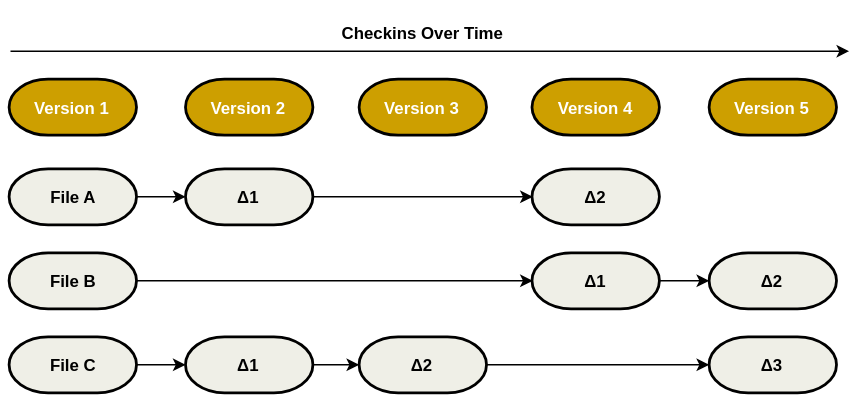
Galahad-moye/diagrams keeps this draw.io diagram as storing_data_as_changes_to_a_base_version_of_each_file.svg. Above is the earlier version. Source tidied: cells renumbered, new cells last; positions are measured from the earlier drawing's top-left corner, leaving out a move shared by most shapes.
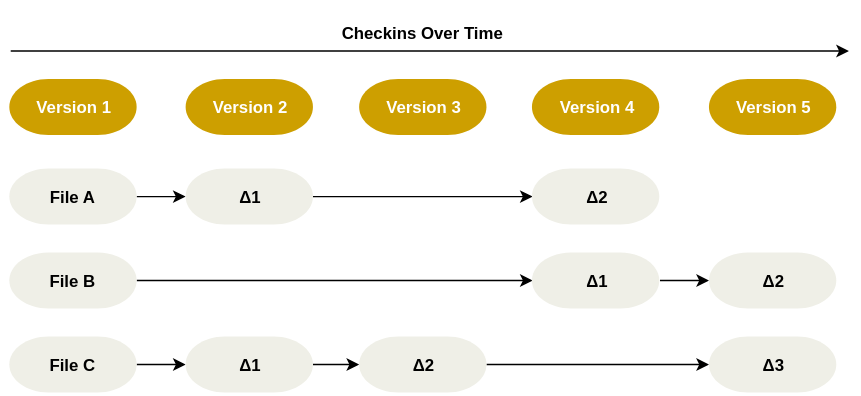
The same diagram one commit later.

Diff of the diagram source:
```diff
@@ -11,71 +11,71 @@
     <mxCell id="3" value="&lt;h4&gt;Checkins Over Time&lt;/h4&gt;" style="text;html=1;align=center;verticalAlign=middle;spacingTop=-4;" parent="1" vertex="1">
       <mxGeometry x="230.5" width="130" height="50" as="geometry" />
     </mxCell>
-    <mxCell id="4" value="&lt;h4&gt;&lt;font color=&quot;#ffffff&quot;&gt;Version 1&lt;/font&gt;&lt;/h4&gt;" style="strokeWidth=2;html=1;shape=mxgraph.flowchart.terminator;whiteSpace=wrap;fillColor=#CD9f00;align=center;" parent="1" vertex="1">
+    <mxCell id="4" value="&lt;h4&gt;&lt;font color=&quot;#ffffff&quot;&gt;Version 1&lt;/font&gt;&lt;/h4&gt;" style="strokeWidth=2;html=1;shape=mxgraph.flowchart.terminator;whiteSpace=wrap;fillColor=#CD9f00;align=center;strokeColor=none;" parent="1" vertex="1">
       <mxGeometry y="56" width="91" height="40" as="geometry" />
     </mxCell>
-    <mxCell id="5" value="&lt;h4&gt;&lt;font color=&quot;#ffffff&quot;&gt;Version 2&lt;/font&gt;&lt;/h4&gt;" style="strokeWidth=2;html=1;shape=mxgraph.flowchart.terminator;whiteSpace=wrap;fillColor=#CD9f00;align=center;" parent="1" vertex="1">
+    <mxCell id="5" value="&lt;h4&gt;&lt;font color=&quot;#ffffff&quot;&gt;Version 2&lt;/font&gt;&lt;/h4&gt;" style="strokeWidth=2;html=1;shape=mxgraph.flowchart.terminator;whiteSpace=wrap;fillColor=#CD9f00;align=center;strokeColor=none;" parent="1" vertex="1">
       <mxGeometry x="126" y="56" width="91" height="40" as="geometry" />
     </mxCell>
-    <mxCell id="6" value="&lt;h4&gt;&lt;font color=&quot;#ffffff&quot;&gt;Version 3&lt;/font&gt;&lt;/h4&gt;" style="strokeWidth=2;html=1;shape=mxgraph.flowchart.terminator;whiteSpace=wrap;fillColor=#CD9f00;align=center;" parent="1" vertex="1">
+    <mxCell id="6" value="&lt;h4&gt;&lt;font color=&quot;#ffffff&quot;&gt;Version 3&lt;/font&gt;&lt;/h4&gt;" style="strokeWidth=2;html=1;shape=mxgraph.flowchart.terminator;whiteSpace=wrap;fillColor=#CD9f00;align=center;strokeColor=none;" parent="1" vertex="1">
       <mxGeometry x="250" y="56" width="91" height="40" as="geometry" />
     </mxCell>
-    <mxCell id="7" value="&lt;h4&gt;&lt;font color=&quot;#ffffff&quot;&gt;Version 4&lt;/font&gt;&lt;/h4&gt;" style="strokeWidth=2;html=1;shape=mxgraph.flowchart.terminator;whiteSpace=wrap;fillColor=#CD9f00;align=center;" parent="1" vertex="1">
+    <mxCell id="7" value="&lt;h4&gt;&lt;font color=&quot;#ffffff&quot;&gt;Version 4&lt;/font&gt;&lt;/h4&gt;" style="strokeWidth=2;html=1;shape=mxgraph.flowchart.terminator;whiteSpace=wrap;fillColor=#CD9f00;align=center;strokeColor=none;" parent="1" vertex="1">
       <mxGeometry x="373.5" y="56" width="91" height="40" as="geometry" />
     </mxCell>
-    <mxCell id="8" value="&lt;h4&gt;&lt;font color=&quot;#ffffff&quot;&gt;Version 5&lt;/font&gt;&lt;/h4&gt;" style="strokeWidth=2;html=1;shape=mxgraph.flowchart.terminator;whiteSpace=wrap;fillColor=#CD9f00;align=center;" parent="1" vertex="1">
+    <mxCell id="8" value="&lt;h4&gt;&lt;font color=&quot;#ffffff&quot;&gt;Version 5&lt;/font&gt;&lt;/h4&gt;" style="strokeWidth=2;html=1;shape=mxgraph.flowchart.terminator;whiteSpace=wrap;fillColor=#CD9f00;align=center;strokeColor=none;" parent="1" vertex="1">
       <mxGeometry x="500" y="56" width="91" height="40" as="geometry" />
     </mxCell>
-    <mxCell id="9" style="edgeStyle=orthogonalEdgeStyle;rounded=0;html=1;exitX=1;exitY=0.5;exitPerimeter=0;entryX=0;entryY=0.5;entryPerimeter=0;endArrow=classic;endFill=1;jettySize=auto;" parent="1" edge="1" source="10" target="16">
-      <mxGeometry relative="1" as="geometry" />
-    </mxCell>
+    <mxCell id="26" style="edgeStyle=orthogonalEdgeStyle;rounded=0;html=1;exitX=1;exitY=0.5;exitPerimeter=0;entryX=0;entryY=0.5;entryPerimeter=0;endArrow=classic;endFill=1;jettySize=auto;" parent="1" edge="1" source="27" target="20">
+      <mxGeometry relative="1" as="geometry" />
+    </mxCell>
+    <mxCell id="27" value="&lt;h4&gt;File A&lt;/h4&gt;" style="strokeWidth=2;html=1;shape=mxgraph.flowchart.terminator;whiteSpace=wrap;fillColor=#efefe7;align=center;strokeColor=none;" parent="1" vertex="1">
+      <mxGeometry y="120" width="91" height="40" as="geometry" />
+    </mxCell>
-    <mxCell id="10" value="&lt;h4&gt;File A&lt;/h4&gt;" style="strokeWidth=2;html=1;shape=mxgraph.flowchart.terminator;whiteSpace=wrap;fillColor=#efefe7;align=center;" parent="1" vertex="1">
-      <mxGeometry y="120" width="91" height="40" as="geometry" />
+    <mxCell id="10" style="edgeStyle=orthogonalEdgeStyle;rounded=0;html=1;exitX=1;exitY=0.5;exitPerimeter=0;entryX=0;entryY=0.5;entryPerimeter=0;endArrow=classic;endFill=1;jettySize=auto;" parent="1" edge="1" source="12" target="11">
+      <mxGeometry relative="1" as="geometry" />
     </mxCell>
-    <mxCell id="11" style="edgeStyle=orthogonalEdgeStyle;rounded=0;html=1;exitX=1;exitY=0.5;exitPerimeter=0;entryX=0;entryY=0.5;entryPerimeter=0;endArrow=classic;endFill=1;jettySize=auto;" parent="1" edge="1" source="12" target="23">
-      <mxGeometry relative="1" as="geometry" />
-    </mxCell>
-    <mxCell id="12" value="&lt;h4&gt;File B&lt;/h4&gt;" style="strokeWidth=2;html=1;shape=mxgraph.flowchart.terminator;whiteSpace=wrap;fillColor=#efefe7;align=center;" parent="1" vertex="1">
+    <mxCell id="12" value="&lt;h4&gt;File B&lt;/h4&gt;" style="strokeWidth=2;html=1;shape=mxgraph.flowchart.terminator;whiteSpace=wrap;fillColor=#efefe7;align=center;strokeColor=none;" parent="1" vertex="1">
       <mxGeometry y="180" width="91" height="40" as="geometry" />
     </mxCell>
-    <mxCell id="13" style="edgeStyle=orthogonalEdgeStyle;rounded=0;html=1;exitX=1;exitY=0.5;exitPerimeter=0;entryX=0;entryY=0.5;entryPerimeter=0;endArrow=classic;endFill=1;jettySize=auto;" parent="1" edge="1" source="14" target="18">
-      <mxGeometry relative="1" as="geometry" />
-    </mxCell>
-    <mxCell id="14" value="&lt;h4&gt;File C&lt;/h4&gt;" style="strokeWidth=2;html=1;shape=mxgraph.flowchart.terminator;whiteSpace=wrap;fillColor=#efefe7;align=center;" parent="1" vertex="1">
-      <mxGeometry y="240" width="91" height="40" as="geometry" />
+    <mxCell id="14" style="edgeStyle=orthogonalEdgeStyle;rounded=0;html=1;exitX=1;exitY=0.5;exitPerimeter=0;entryX=0;entryY=0.5;entryPerimeter=0;endArrow=classic;endFill=1;jettySize=auto;" parent="1" edge="1" source="16" target="23">
+      <mxGeometry relative="1" as="geometry" />
     </mxCell>
-    <mxCell id="15" style="edgeStyle=orthogonalEdgeStyle;rounded=0;html=1;exitX=1;exitY=0.5;exitPerimeter=0;entryX=0;entryY=0.5;entryPerimeter=0;endArrow=classic;endFill=1;jettySize=auto;" parent="1" edge="1" source="16" target="21">
-      <mxGeometry relative="1" as="geometry" />
-    </mxCell>
-    <mxCell id="16" value="&lt;h4&gt;Δ1&lt;/h4&gt;" style="strokeWidth=2;html=1;shape=mxgraph.flowchart.terminator;whiteSpace=wrap;fillColor=#efefe7;align=center;" parent="1" vertex="1">
-      <mxGeometry x="126" y="120" width="91" height="40" as="geometry" />
+    <mxCell id="16" value="&lt;h4&gt;File C&lt;/h4&gt;" style="strokeWidth=2;html=1;shape=mxgraph.flowchart.terminator;whiteSpace=wrap;fillColor=#efefe7;align=center;strokeColor=none;" parent="1" vertex="1">
+      <mxGeometry y="240" width="91" height="40" as="geometry" />
     </mxCell>
-    <mxCell id="17" style="edgeStyle=orthogonalEdgeStyle;rounded=0;html=1;exitX=1;exitY=0.5;exitPerimeter=0;entryX=0;entryY=0.5;entryPerimeter=0;endArrow=classic;endFill=1;jettySize=auto;" parent="1" edge="1" source="18" target="20">
-      <mxGeometry relative="1" as="geometry" />
-    </mxCell>
-    <mxCell id="18" value="&lt;h4&gt;Δ1&lt;/h4&gt;" style="strokeWidth=2;html=1;shape=mxgraph.flowchart.terminator;whiteSpace=wrap;fillColor=#efefe7;align=center;" parent="1" vertex="1">
-      <mxGeometry x="126" y="240" width="91" height="40" as="geometry" />
+    <mxCell id="18" style="edgeStyle=orthogonalEdgeStyle;rounded=0;html=1;exitX=1;exitY=0.5;exitPerimeter=0;entryX=0;entryY=0.5;entryPerimeter=0;endArrow=classic;endFill=1;jettySize=auto;" parent="1" edge="1" source="20" target="9">
+      <mxGeometry relative="1" as="geometry" />
     </mxCell>
-    <mxCell id="19" style="edgeStyle=orthogonalEdgeStyle;rounded=0;html=1;exitX=1;exitY=0.5;exitPerimeter=0;entryX=0;entryY=0.5;entryPerimeter=0;endArrow=classic;endFill=1;jettySize=auto;" parent="1" edge="1" source="20" target="25">
-      <mxGeometry relative="1" as="geometry" />
-    </mxCell>
-    <mxCell id="20" value="&lt;h4&gt;Δ2&lt;/h4&gt;" style="strokeWidth=2;html=1;shape=mxgraph.flowchart.terminator;whiteSpace=wrap;fillColor=#efefe7;align=center;" parent="1" vertex="1">
-      <mxGeometry x="250" y="240" width="91" height="40" as="geometry" />
+    <mxCell id="20" value="&lt;h4&gt;Δ1&lt;/h4&gt;" style="strokeWidth=2;html=1;shape=mxgraph.flowchart.terminator;whiteSpace=wrap;fillColor=#efefe7;align=center;strokeColor=none;" parent="1" vertex="1">
+      <mxGeometry x="126" y="120" width="91" height="40" as="geometry" />
     </mxCell>
-    <mxCell id="21" value="&lt;h4&gt;Δ2&lt;/h4&gt;" style="strokeWidth=2;html=1;shape=mxgraph.flowchart.terminator;whiteSpace=wrap;fillColor=#efefe7;align=center;" parent="1" vertex="1">
-      <mxGeometry x="373.5" y="120" width="91" height="40" as="geometry" />
+    <mxCell id="21" style="edgeStyle=orthogonalEdgeStyle;rounded=0;html=1;exitX=1;exitY=0.5;exitPerimeter=0;entryX=0;entryY=0.5;entryPerimeter=0;endArrow=classic;endFill=1;jettySize=auto;" parent="1" edge="1" source="23" target="25">
+      <mxGeometry relative="1" as="geometry" />
     </mxCell>
-    <mxCell id="22" style="edgeStyle=orthogonalEdgeStyle;rounded=0;html=1;exitX=1;exitY=0.5;exitPerimeter=0;entryX=0;entryY=0.5;entryPerimeter=0;endArrow=classic;endFill=1;jettySize=auto;" parent="1" edge="1" source="23" target="24">
-      <mxGeometry relative="1" as="geometry" />
-    </mxCell>
-    <mxCell id="23" value="&lt;h4&gt;Δ1&lt;/h4&gt;" style="strokeWidth=2;html=1;shape=mxgraph.flowchart.terminator;whiteSpace=wrap;fillColor=#efefe7;align=center;" parent="1" vertex="1">
-      <mxGeometry x="373.5" y="180" width="91" height="40" as="geometry" />
+    <mxCell id="23" value="&lt;h4&gt;Δ1&lt;/h4&gt;" style="strokeWidth=2;html=1;shape=mxgraph.flowchart.terminator;whiteSpace=wrap;fillColor=#efefe7;align=center;strokeColor=none;" parent="1" vertex="1">
+      <mxGeometry x="126" y="240" width="91" height="40" as="geometry" />
     </mxCell>
-    <mxCell id="24" value="&lt;h4&gt;Δ2&lt;/h4&gt;" style="strokeWidth=2;html=1;shape=mxgraph.flowchart.terminator;whiteSpace=wrap;fillColor=#efefe7;align=center;" parent="1" vertex="1">
-      <mxGeometry x="500" y="180" width="91" height="40" as="geometry" />
+    <mxCell id="24" style="edgeStyle=orthogonalEdgeStyle;rounded=0;html=1;exitX=1;exitY=0.5;exitPerimeter=0;entryX=0;entryY=0.5;entryPerimeter=0;endArrow=classic;endFill=1;jettySize=auto;" parent="1" edge="1" source="25" target="13">
+      <mxGeometry relative="1" as="geometry" />
     </mxCell>
-    <mxCell id="25" value="&lt;h4&gt;Δ3&lt;/h4&gt;" style="strokeWidth=2;html=1;shape=mxgraph.flowchart.terminator;whiteSpace=wrap;fillColor=#efefe7;align=center;" parent="1" vertex="1">
-      <mxGeometry x="500" y="240" width="91" height="40" as="geometry" />
+    <mxCell id="25" value="&lt;h4&gt;Δ2&lt;/h4&gt;" style="strokeWidth=2;html=1;shape=mxgraph.flowchart.terminator;whiteSpace=wrap;fillColor=#efefe7;align=center;strokeColor=none;" parent="1" vertex="1">
+      <mxGeometry x="250" y="240" width="91" height="40" as="geometry" />
     </mxCell>
+    <mxCell id="9" value="&lt;h4&gt;Δ2&lt;/h4&gt;" style="strokeWidth=2;html=1;shape=mxgraph.flowchart.terminator;whiteSpace=wrap;fillColor=#efefe7;align=center;strokeColor=none;" parent="1" vertex="1">
+      <mxGeometry x="373.5" y="120" width="91" height="40" as="geometry" />
+    </mxCell>
+    <mxCell id="15" style="edgeStyle=orthogonalEdgeStyle;rounded=0;html=1;exitX=1;exitY=0.5;exitPerimeter=0;entryX=0;entryY=0.5;entryPerimeter=0;endArrow=classic;endFill=1;jettySize=auto;" parent="1" edge="1" source="11" target="22">
+      <mxGeometry relative="1" as="geometry" />
+    </mxCell>
+    <mxCell id="11" value="&lt;h4&gt;Δ1&lt;/h4&gt;" style="strokeWidth=2;html=1;shape=mxgraph.flowchart.terminator;whiteSpace=wrap;fillColor=#efefe7;align=center;strokeColor=none;" parent="1" vertex="1">
+      <mxGeometry x="373.5" y="180" width="91" height="40" as="geometry" />
+    </mxCell>
+    <mxCell id="22" value="&lt;h4&gt;Δ2&lt;/h4&gt;" style="strokeWidth=2;html=1;shape=mxgraph.flowchart.terminator;whiteSpace=wrap;fillColor=#efefe7;align=center;strokeColor=none;" parent="1" vertex="1">
+      <mxGeometry x="500" y="180" width="91" height="40" as="geometry" />
+    </mxCell>
+    <mxCell id="13" value="&lt;h4&gt;Δ3&lt;/h4&gt;" style="strokeWidth=2;html=1;shape=mxgraph.flowchart.terminator;whiteSpace=wrap;fillColor=#efefe7;align=center;strokeColor=none;" parent="1" vertex="1">
+      <mxGeometry x="500" y="240" width="91" height="40" as="geometry" />
+    </mxCell>
   </root>
 </mxGraphModel>
```
